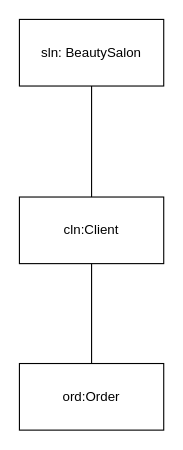
The draw.io diagram communicationsUML.drawio in Artvell3000/umlLab2, before the edit. Source tidied: cells renumbered, new cells numbered last; positions are measured from the earlier drawing's top-left corner, leaving out a move shared by most shapes. Both pictures are drawn from the tidied source at 111%, with x=0, y=0 at pixel (19, 19).
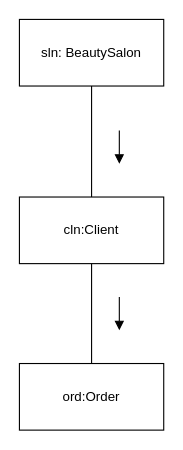
The same page after the edit.

Diff of the diagram source:
```diff
@@
 <mxGraphModel>
   <root>
     <mxCell id="0" />
     <mxCell id="1" parent="0" />
     <mxCell id="2" value="sln: BeautySalon" style="rounded=0;whiteSpace=wrap;html=1;" parent="1" vertex="1">
       <mxGeometry width="130" height="60" as="geometry" />
     </mxCell>
     <mxCell id="3" value="cln:Client" style="rounded=0;whiteSpace=wrap;html=1;" parent="1" vertex="1">
       <mxGeometry y="160" width="130" height="60" as="geometry" />
     </mxCell>
     <mxCell id="4" value="ord:Order" style="rounded=0;whiteSpace=wrap;html=1;" parent="1" vertex="1">
       <mxGeometry y="310" width="130" height="60" as="geometry" />
     </mxCell>
     <mxCell id="5" style="endArrow=none;html=1;rounded=0;entryX=0.5;entryY=1;entryDx=0;entryDy=0;exitX=0.5;exitY=0;exitDx=0;exitDy=0;" parent="1" edge="1" source="3" target="2">
       <mxGeometry relative="1" as="geometry" />
     </mxCell>
     <mxCell id="6" style="endArrow=none;html=1;rounded=0;entryX=0.5;entryY=1;entryDx=0;entryDy=0;" parent="1" edge="1" source="4" target="3">
       <mxGeometry relative="1" as="geometry" />
     </mxCell>
+    <mxCell id="7" style="endArrow=block;endFill=1;html=1;edgeStyle=orthogonalEdgeStyle;align=left;verticalAlign=top;rounded=0;" parent="1" edge="1">
+      <mxGeometry x="-1" relative="1" as="geometry">
+        <mxPoint x="90" y="100" as="sourcePoint" />
+        <mxPoint x="90" y="130" as="targetPoint" />
+      </mxGeometry>
+    </mxCell>
+    <mxCell id="8" style="endArrow=block;endFill=1;html=1;edgeStyle=orthogonalEdgeStyle;align=left;verticalAlign=top;rounded=0;" parent="1" edge="1">
+      <mxGeometry x="-1" relative="1" as="geometry">
+        <mxPoint x="90" y="250" as="sourcePoint" />
+        <mxPoint x="90" y="280" as="targetPoint" />
+      </mxGeometry>
+    </mxCell>
   </root>
 </mxGraphModel>
```
